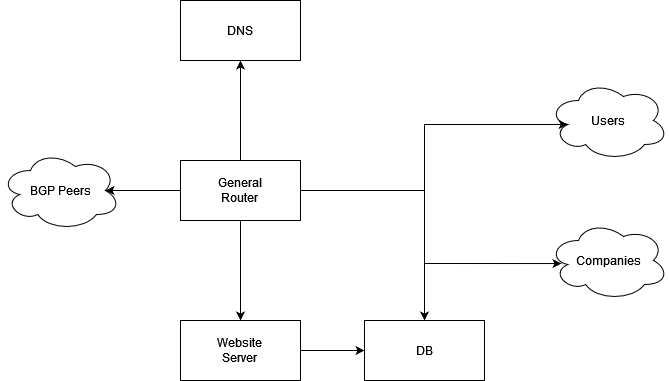
InnocentusLime/simple-isp keeps this draw.io diagram as img/topology.png. Above is the earlier version. Source tidied: cells renumbered, new cells last; positions are measured from the earlier drawing's top-left corner, leaving out a move shared by most shapes.
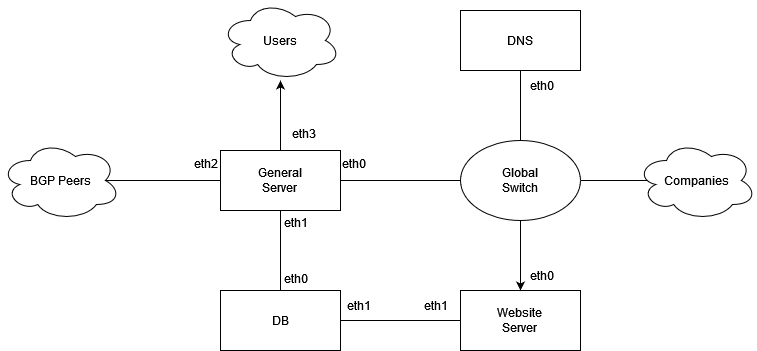
After the change.

Diff of the diagram source:
```diff
@@ -3,46 +3,79 @@
     <mxCell id="0" />
     <mxCell id="1" parent="0" />
     <mxCell id="2" value="BGP Peers" style="ellipse;shape=cloud;whiteSpace=wrap;html=1;" parent="1" vertex="1">
-      <mxGeometry y="150" width="120" height="80" as="geometry" />
+      <mxGeometry x="-40" y="150" width="120" height="80" as="geometry" />
     </mxCell>
-    <mxCell id="3" style="edgeStyle=orthogonalEdgeStyle;rounded=0;jettySize=auto;html=1;exitX=0.5;exitY=0;exitDx=0;exitDy=0;entryX=0.5;entryY=1;entryDx=0;entryDy=0;" parent="1" edge="1" source="6" target="7">
-      <mxGeometry relative="1" as="geometry" />
-    </mxCell>
-    <mxCell id="4" style="edgeStyle=orthogonalEdgeStyle;rounded=0;jettySize=auto;html=1;exitX=0.5;exitY=1;exitDx=0;exitDy=0;entryX=0.5;entryY=0;entryDx=0;entryDy=0;" parent="1" edge="1" source="6" target="10">
-      <mxGeometry relative="1" as="geometry" />
-    </mxCell>
-    <mxCell id="5" style="edgeStyle=orthogonalEdgeStyle;rounded=0;jettySize=auto;html=1;exitX=1;exitY=0.5;exitDx=0;exitDy=0;entryX=0.5;entryY=0;entryDx=0;entryDy=0;" parent="1" edge="1" source="6" target="8">
+    <mxCell id="5" style="edgeStyle=orthogonalEdgeStyle;rounded=0;jettySize=auto;html=1;exitX=0.5;exitY=1;exitDx=0;exitDy=0;entryX=0.5;entryY=0;entryDx=0;entryDy=0;endArrow=none;endFill=0;" parent="1" edge="1" source="6" target="8">
       <mxGeometry relative="1" as="geometry" />
     </mxCell>
+    <mxCell id="14" style="edgeStyle=orthogonalEdgeStyle;rounded=0;jettySize=auto;html=1;exitX=0.5;exitY=0;exitDx=0;exitDy=0;" parent="1" edge="1" source="6" target="11">
+      <mxGeometry relative="1" as="geometry" />
+    </mxCell>
+    <mxCell id="16" style="edgeStyle=orthogonalEdgeStyle;rounded=0;jettySize=auto;html=1;exitX=1;exitY=0.5;exitDx=0;exitDy=0;entryX=0;entryY=0.5;entryDx=0;entryDy=0;endArrow=none;endFill=0;" parent="1" edge="1" source="6" target="19">
+      <mxGeometry relative="1" as="geometry" />
+    </mxCell>
-    <mxCell id="6" value="General&lt;br&gt;Router" style="rounded=0;whiteSpace=wrap;html=1;" parent="1" vertex="1">
+    <mxCell id="6" value="General&lt;br&gt;Server" style="rounded=0;whiteSpace=wrap;html=1;" parent="1" vertex="1">
       <mxGeometry x="180" y="160" width="120" height="60" as="geometry" />
     </mxCell>
     <mxCell id="7" value="DNS" style="rounded=0;whiteSpace=wrap;html=1;" parent="1" vertex="1">
-      <mxGeometry x="180" width="120" height="60" as="geometry" />
+      <mxGeometry x="420" y="20" width="120" height="60" as="geometry" />
     </mxCell>
     <mxCell id="8" value="DB" style="rounded=0;whiteSpace=wrap;html=1;" parent="1" vertex="1">
-      <mxGeometry x="364" y="320" width="120" height="60" as="geometry" />
+      <mxGeometry x="180" y="300" width="120" height="60" as="geometry" />
     </mxCell>
-    <mxCell id="9" style="edgeStyle=orthogonalEdgeStyle;rounded=0;jettySize=auto;html=1;" parent="1" edge="1" source="10" target="8">
+    <mxCell id="9" style="edgeStyle=orthogonalEdgeStyle;rounded=0;jettySize=auto;html=1;endArrow=none;endFill=0;" parent="1" edge="1" source="10" target="8">
       <mxGeometry relative="1" as="geometry" />
     </mxCell>
     <mxCell id="10" value="Website&lt;br&gt;Server" style="rounded=0;whiteSpace=wrap;html=1;" parent="1" vertex="1">
-      <mxGeometry x="180" y="320" width="120" height="60" as="geometry" />
+      <mxGeometry x="420" y="300" width="120" height="60" as="geometry" />
     </mxCell>
     <mxCell id="11" value="Users" style="ellipse;shape=cloud;whiteSpace=wrap;html=1;" parent="1" vertex="1">
-      <mxGeometry x="548" y="80" width="120" height="80" as="geometry" />
+      <mxGeometry x="180" y="10" width="120" height="80" as="geometry" />
     </mxCell>
     <mxCell id="12" value="Companies" style="ellipse;shape=cloud;whiteSpace=wrap;html=1;" parent="1" vertex="1">
-      <mxGeometry x="548" y="220" width="120" height="80" as="geometry" />
+      <mxGeometry x="596" y="150" width="120" height="80" as="geometry" />
     </mxCell>
-    <mxCell id="13" style="edgeStyle=orthogonalEdgeStyle;rounded=0;jettySize=auto;html=1;exitX=0;exitY=0.5;exitDx=0;exitDy=0;entryX=0.875;entryY=0.5;entryDx=0;entryDy=0;entryPerimeter=0;" parent="1" edge="1" source="6" target="2">
+    <mxCell id="13" style="edgeStyle=orthogonalEdgeStyle;rounded=0;jettySize=auto;html=1;exitX=0;exitY=0.5;exitDx=0;exitDy=0;entryX=0.875;entryY=0.5;entryDx=0;entryDy=0;entryPerimeter=0;endArrow=none;endFill=0;" parent="1" edge="1" source="6" target="2">
       <mxGeometry relative="1" as="geometry" />
     </mxCell>
-    <mxCell id="14" style="edgeStyle=orthogonalEdgeStyle;rounded=0;jettySize=auto;html=1;exitX=1;exitY=0.5;exitDx=0;exitDy=0;entryX=0.16;entryY=0.55;entryDx=0;entryDy=0;entryPerimeter=0;" parent="1" edge="1" source="6" target="11">
-      <mxGeometry relative="1" as="geometry" />
-    </mxCell>
-    <mxCell id="15" style="edgeStyle=orthogonalEdgeStyle;rounded=0;jettySize=auto;html=1;exitX=1;exitY=0.5;exitDx=0;exitDy=0;entryX=0.108;entryY=0.538;entryDx=0;entryDy=0;entryPerimeter=0;" parent="1" edge="1" source="6" target="12">
-      <mxGeometry relative="1" as="geometry" />
-    </mxCell>
+    <mxCell id="17" style="edgeStyle=orthogonalEdgeStyle;rounded=0;jettySize=auto;html=1;exitX=0.5;exitY=1;exitDx=0;exitDy=0;entryX=0.5;entryY=0;entryDx=0;entryDy=0;" parent="1" edge="1" source="19" target="10">
+      <mxGeometry relative="1" as="geometry" />
+    </mxCell>
+    <mxCell id="18" style="edgeStyle=orthogonalEdgeStyle;rounded=0;jettySize=auto;html=1;exitX=0.5;exitY=0;exitDx=0;exitDy=0;entryX=0.5;entryY=1;entryDx=0;entryDy=0;endArrow=none;endFill=0;" parent="1" edge="1" source="19" target="7">
+      <mxGeometry relative="1" as="geometry" />
+    </mxCell>
+    <mxCell id="19" value="Global&lt;br&gt;Switch" style="ellipse;whiteSpace=wrap;html=1;" parent="1" vertex="1">
+      <mxGeometry x="420" y="150" width="120" height="80" as="geometry" />
+    </mxCell>
+    <mxCell id="20" style="edgeStyle=orthogonalEdgeStyle;rounded=0;jettySize=auto;html=1;exitX=1;exitY=0.5;exitDx=0;exitDy=0;entryX=0.092;entryY=0.5;entryDx=0;entryDy=0;entryPerimeter=0;endArrow=none;endFill=0;" parent="1" edge="1" source="19" target="12">
+      <mxGeometry relative="1" as="geometry" />
+    </mxCell>
+    <mxCell id="21" value="eth0" style="text;html=1;align=center;verticalAlign=middle;strokeColor=none;fillColor=none;" parent="1" vertex="1">
+      <mxGeometry x="288" y="158" width="50" height="30" as="geometry" />
+    </mxCell>
+    <mxCell id="22" value="eth1" style="text;html=1;align=center;verticalAlign=middle;strokeColor=none;fillColor=none;" parent="1" vertex="1">
+      <mxGeometry x="230" y="217" width="50" height="30" as="geometry" />
+    </mxCell>
+    <mxCell id="23" value="eth2" style="text;html=1;align=center;verticalAlign=middle;strokeColor=none;fillColor=none;" parent="1" vertex="1">
+      <mxGeometry x="140" y="158" width="50" height="30" as="geometry" />
+    </mxCell>
+    <mxCell id="24" value="eth3" style="text;html=1;align=center;verticalAlign=middle;strokeColor=none;fillColor=none;" parent="1" vertex="1">
+      <mxGeometry x="238" y="128" width="50" height="30" as="geometry" />
+    </mxCell>
+    <mxCell id="25" value="eth0" style="text;html=1;align=center;verticalAlign=middle;strokeColor=none;fillColor=none;" parent="1" vertex="1">
+      <mxGeometry x="476" y="80" width="50" height="30" as="geometry" />
+    </mxCell>
+    <mxCell id="26" value="eth0" style="text;html=1;align=center;verticalAlign=middle;strokeColor=none;fillColor=none;" parent="1" vertex="1">
+      <mxGeometry x="476" y="270" width="50" height="30" as="geometry" />
+    </mxCell>
+    <mxCell id="27" value="eth1" style="text;html=1;align=center;verticalAlign=middle;strokeColor=none;fillColor=none;" parent="1" vertex="1">
+      <mxGeometry x="370" y="300" width="50" height="30" as="geometry" />
+    </mxCell>
+    <mxCell id="28" value="eth1" style="text;html=1;align=center;verticalAlign=middle;strokeColor=none;fillColor=none;" parent="1" vertex="1">
+      <mxGeometry x="293" y="300" width="50" height="30" as="geometry" />
+    </mxCell>
+    <mxCell id="29" value="eth0" style="text;html=1;align=center;verticalAlign=middle;strokeColor=none;fillColor=none;" parent="1" vertex="1">
+      <mxGeometry x="230" y="273" width="50" height="30" as="geometry" />
+    </mxCell>
   </root>
 </mxGraphModel>
```
